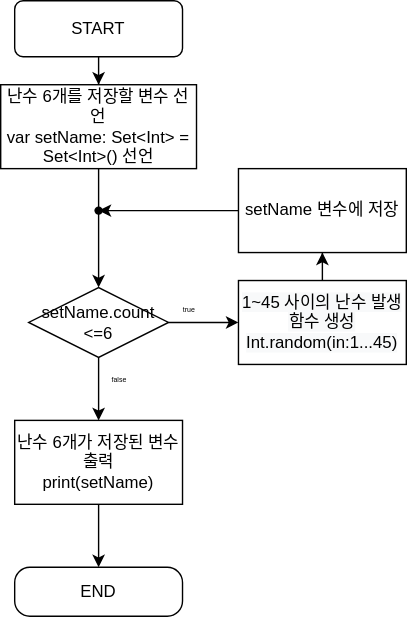
Before: Week2_Step1_Diagram.drawio.svg, a diagram exported from draw.io (yagom-academy/swift-starter-Round2). Source tidied: cells renumbered, new cells last; positions are measured from the earlier drawing's top-left corner, leaving out a move shared by most shapes.
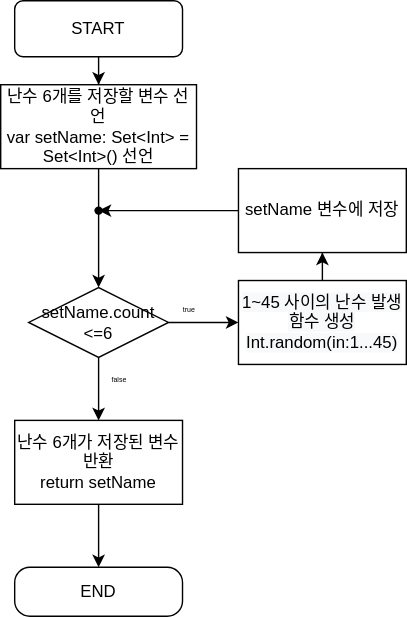
After the change.

The edit, as a diff of the source:
```diff
@@ -13,7 +13,7 @@
     <mxCell id="4" value="START" style="rounded=1;whiteSpace=wrap;html=1;fontSize=12;glass=0;strokeWidth=1;shadow=0;" parent="1" vertex="1">
       <mxGeometry x="10" width="120" height="40" as="geometry" />
     </mxCell>
-    <mxCell id="5" value="난수 6개가 저장된 변수 출력&lt;br&gt;print(setName)" style="whiteSpace=wrap;html=1;rounded=1;glass=0;strokeWidth=1;shadow=0;arcSize=0;" parent="1" vertex="1">
+    <mxCell id="5" value="난수 6개가 저장된 변수 반환&lt;br&gt;return setName" style="whiteSpace=wrap;html=1;rounded=1;glass=0;strokeWidth=1;shadow=0;arcSize=0;" parent="1" vertex="1">
       <mxGeometry x="10" y="300" width="120" height="60" as="geometry" />
     </mxCell>
     <mxCell id="6" style="edgeStyle=orthogonalEdgeStyle;rounded=0;jettySize=auto;html=1;spacingTop=0;" parent="1" edge="1" source="8" target="5">
```
